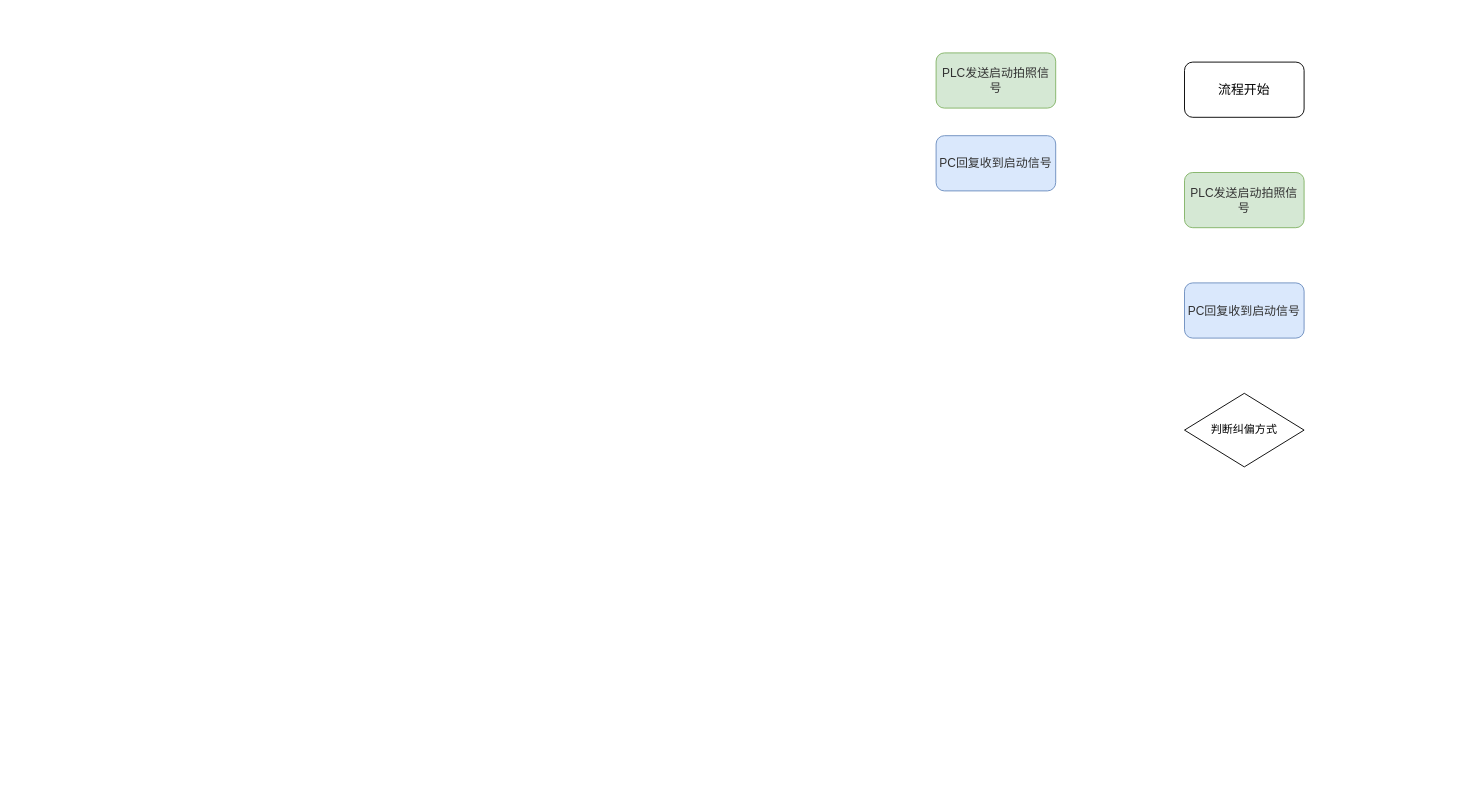
Above: 视觉流程.drawio in JinHui1234/WorkflowDrawFile (draw.io), before the change. Source tidied: cells renumbered, new cells numbered last; positions are measured from the earlier drawing's top-left corner, leaving out a move shared by most shapes. Both pictures are drawn from the tidied source at 92%, with x=0, y=0 at pixel (936, 52).
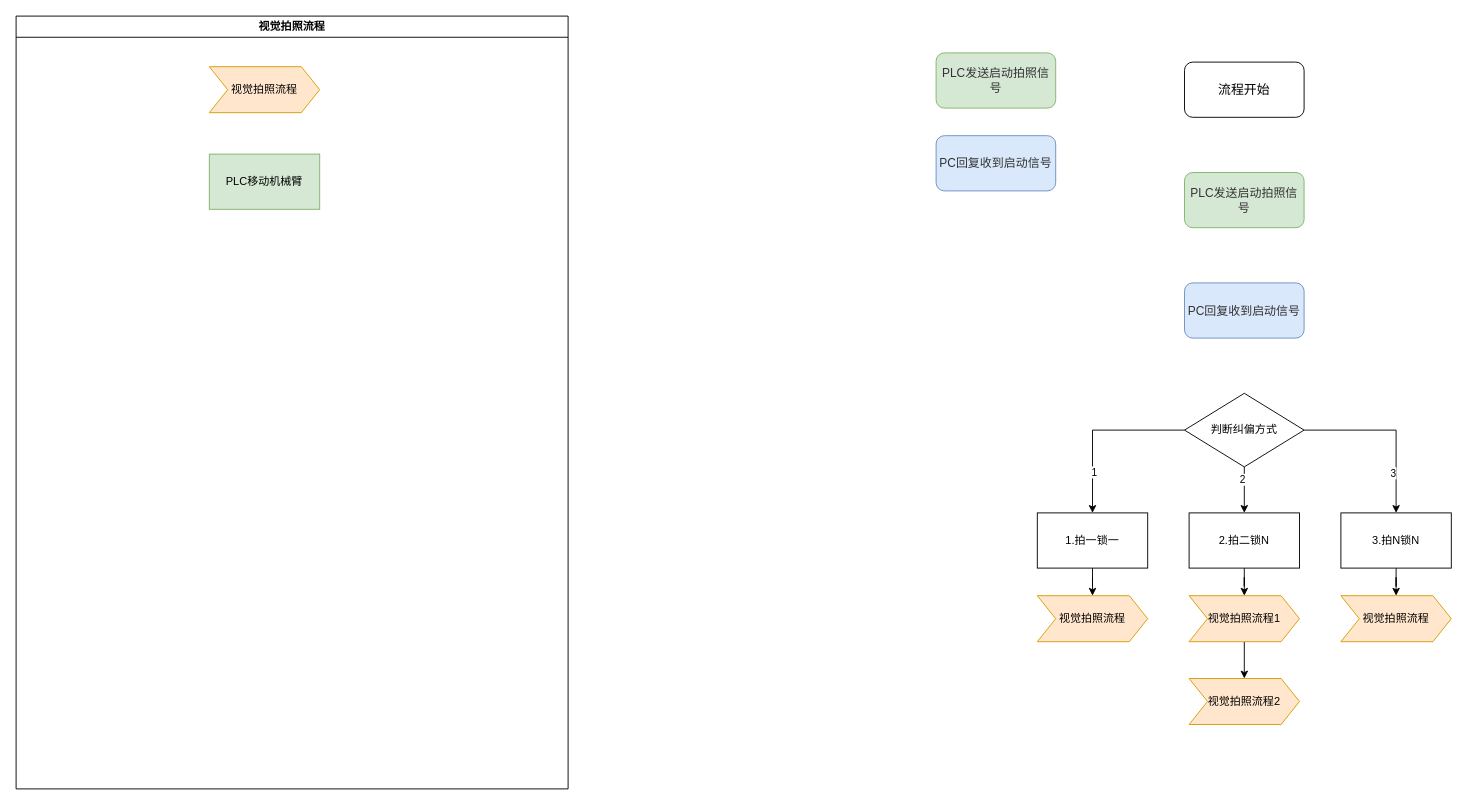
The same page after the edit.

Commit message (it also covers changes not shown here):
更新视觉流程.drawio

The change refers to these unchanged cells:
```xml
<mxCell id="7" value="判断纠偏方式" style="rhombus;whiteSpace=wrap;html=1;" parent="1" vertex="1">
  <mxGeometry x="270" y="370" width="130" height="80" as="geometry" />
</mxCell>
```

Change to the diagram source:
```diff
@@
+    <mxCell id="8" style="edgeStyle=orthogonalEdgeStyle;rounded=0;jettySize=auto;html=1;exitX=0;exitY=0.5;exitDx=0;exitDy=0;" parent="1" edge="1" source="7" target="15">
+      <mxGeometry relative="1" as="geometry" />
+    </mxCell>
+    <mxCell id="9" value="1" style="edgeLabel;html=1;align=center;verticalAlign=middle;" parent="8" vertex="1">
+      <mxGeometry x="0.53" y="1" relative="1" as="geometry" />
+    </mxCell>
+    <mxCell id="10" style="edgeStyle=orthogonalEdgeStyle;rounded=0;jettySize=auto;html=1;exitX=0.5;exitY=1;exitDx=0;exitDy=0;entryX=0.5;entryY=0;entryDx=0;entryDy=0;" parent="1" edge="1" source="7" target="19">
+      <mxGeometry relative="1" as="geometry" />
+    </mxCell>
+    <mxCell id="11" value="2" style="edgeLabel;html=1;align=center;verticalAlign=middle;" parent="10" vertex="1">
+      <mxGeometry x="-0.48" y="-3" relative="1" as="geometry" />
+    </mxCell>
+    <mxCell id="12" style="edgeStyle=orthogonalEdgeStyle;rounded=0;jettySize=auto;html=1;exitX=1;exitY=0.5;exitDx=0;exitDy=0;" parent="1" edge="1" source="7" target="17">
+      <mxGeometry relative="1" as="geometry" />
+    </mxCell>
+    <mxCell id="13" value="3" style="edgeLabel;html=1;align=center;verticalAlign=middle;" parent="12" vertex="1">
+      <mxGeometry x="0.54" y="-4" relative="1" as="geometry" />
+    </mxCell>
@@
+    <mxCell id="14" style="edgeStyle=orthogonalEdgeStyle;rounded=0;jettySize=auto;html=1;exitX=0.5;exitY=1;exitDx=0;exitDy=0;" parent="1" edge="1" source="15" target="23">
+      <mxGeometry relative="1" as="geometry" />
+    </mxCell>
+    <mxCell id="15" value="1.拍一锁一" style="rounded=0;whiteSpace=wrap;html=1;" parent="1" vertex="1">
+      <mxGeometry x="110" y="500" width="120" height="60" as="geometry" />
+    </mxCell>
+    <mxCell id="16" style="edgeStyle=orthogonalEdgeStyle;rounded=0;jettySize=auto;html=1;exitX=0.5;exitY=1;exitDx=0;exitDy=0;" parent="1" edge="1" source="17" target="26">
+      <mxGeometry relative="1" as="geometry" />
+    </mxCell>
+    <mxCell id="17" value="3.拍N锁N" style="rounded=0;whiteSpace=wrap;html=1;" parent="1" vertex="1">
+      <mxGeometry x="440" y="500" width="120" height="60" as="geometry" />
+    </mxCell>
+    <mxCell id="18" style="edgeStyle=orthogonalEdgeStyle;rounded=0;jettySize=auto;html=1;exitX=0.5;exitY=1;exitDx=0;exitDy=0;" parent="1" edge="1" source="19" target="25">
+      <mxGeometry relative="1" as="geometry" />
+    </mxCell>
+    <mxCell id="19" value="2.拍二锁N" style="rounded=0;whiteSpace=wrap;html=1;" parent="1" vertex="1">
+      <mxGeometry x="275" y="500" width="120" height="60" as="geometry" />
+    </mxCell>
+    <mxCell id="20" value="视觉拍照流程" style="swimlane;whiteSpace=wrap;html=1;" parent="1" vertex="1">
+      <mxGeometry x="-1000" y="-40" width="600" height="840" as="geometry" />
+    </mxCell>
+    <mxCell id="21" value="视觉拍照流程" style="shape=step;perimeter=stepPerimeter;whiteSpace=wrap;html=1;fixedSize=1;fillColor=#ffe6cc;strokeColor=#d79b00;" parent="20" vertex="1">
+      <mxGeometry x="210" y="55" width="120" height="50" as="geometry" />
+    </mxCell>
+    <mxCell id="22" value="PLC移动机械臂" style="rounded=0;whiteSpace=wrap;html=1;fillColor=#d5e8d4;strokeColor=#82b366;" parent="20" vertex="1">
+      <mxGeometry x="210" y="150" width="120" height="60" as="geometry" />
+    </mxCell>
+    <mxCell id="23" value="视觉拍照流程" style="shape=step;perimeter=stepPerimeter;whiteSpace=wrap;html=1;fixedSize=1;fillColor=#ffe6cc;strokeColor=#d79b00;" parent="1" vertex="1">
+      <mxGeometry x="110" y="590" width="120" height="50" as="geometry" />
+    </mxCell>
+    <mxCell id="24" style="edgeStyle=orthogonalEdgeStyle;rounded=0;jettySize=auto;html=1;exitX=0.5;exitY=1;exitDx=0;exitDy=0;entryX=0.5;entryY=0;entryDx=0;entryDy=0;" parent="1" edge="1" source="25" target="27">
+      <mxGeometry relative="1" as="geometry" />
+    </mxCell>
+    <mxCell id="25" value="视觉拍照流程1" style="shape=step;perimeter=stepPerimeter;whiteSpace=wrap;html=1;fixedSize=1;fillColor=#ffe6cc;strokeColor=#d79b00;" parent="1" vertex="1">
+      <mxGeometry x="275" y="590" width="120" height="50" as="geometry" />
+    </mxCell>
+    <mxCell id="26" value="视觉拍照流程" style="shape=step;perimeter=stepPerimeter;whiteSpace=wrap;html=1;fixedSize=1;fillColor=#ffe6cc;strokeColor=#d79b00;" parent="1" vertex="1">
+      <mxGeometry x="440" y="590" width="120" height="50" as="geometry" />
+    </mxCell>
+    <mxCell id="27" value="视觉拍照流程2" style="shape=step;perimeter=stepPerimeter;whiteSpace=wrap;html=1;fixedSize=1;fillColor=#ffe6cc;strokeColor=#d79b00;" parent="1" vertex="1">
+      <mxGeometry x="275" y="680" width="120" height="50" as="geometry" />
+    </mxCell>
```
